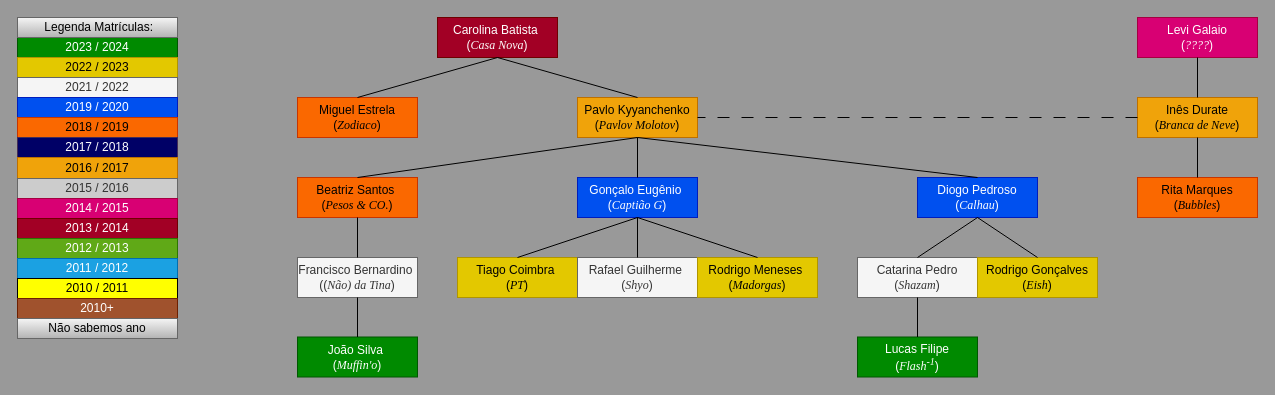
Before: Draw.io/Familia_da_Carolina_Batista.drawio in pdmtmr/PDMTMRTESTLOCATION-AKA-ARBUSTO, a draw.io diagram. Source tidied: cells renumbered, new cells numbered last; positions are measured from the earlier drawing's top-left corner, leaving out a move shared by most shapes. Both pictures are drawn from the tidied source at 100%, with x=0, y=0 at pixel (17, 17).
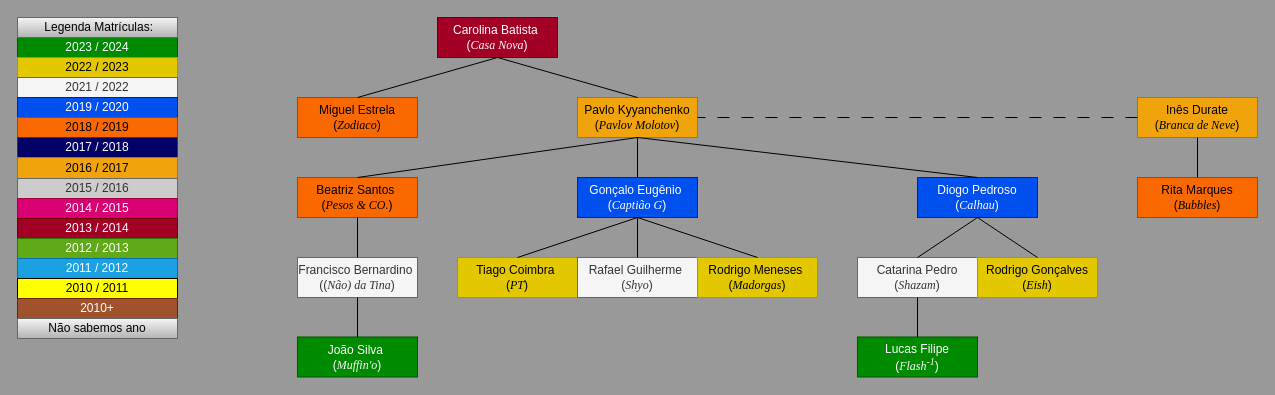
The same page after the edit.

Unchanged cells that the change refers to:
```xml
<mxCell id="43" value="&lt;div&gt;&lt;span style=&quot;background-color: initial;&quot;&gt;Inês Durate&lt;/span&gt;&lt;/div&gt;&lt;div&gt;&lt;span style=&quot;background-color: initial;&quot;&gt;(&lt;font face=&quot;Times New Roman&quot;&gt;&lt;i&gt;Branca de Neve&lt;/i&gt;&lt;/font&gt;&lt;/span&gt;&lt;span style=&quot;background-color: initial;&quot;&gt;)&lt;/span&gt;&lt;/div&gt;" style="rounded=0;whiteSpace=wrap;html=1;fillColor=#f0a30a;fontColor=#000000;strokeColor=#BD7000;" parent="1" vertex="1">
  <mxGeometry x="1120" y="80" width="120" height="40" as="geometry" />
</mxCell>
```

Change to the diagram source:
```diff
@@
-    <mxCell id="47" value="&lt;div&gt;Levi Galaio&lt;/div&gt;&lt;div&gt;&lt;span style=&quot;background-color: initial;&quot;&gt;(&lt;font face=&quot;Times New Roman&quot;&gt;&lt;i&gt;????&lt;/i&gt;&lt;/font&gt;&lt;/span&gt;&lt;span style=&quot;background-color: initial;&quot;&gt;)&lt;/span&gt;&lt;/div&gt;" style="rounded=0;whiteSpace=wrap;html=1;fillColor=#d80073;fontColor=#ffffff;strokeColor=#A50040;" parent="1" vertex="1">
-      <mxGeometry x="1120" width="120" height="40" as="geometry" />
-    </mxCell>
-    <mxCell id="48" style="endArrow=none;html=1;rounded=0;exitX=0.5;exitY=0;exitDx=0;exitDy=0;entryX=0.5;entryY=1;entryDx=0;entryDy=0;" parent="1" edge="1" source="43" target="47">
-      <mxGeometry relative="1" as="geometry" />
-    </mxCell>
```
